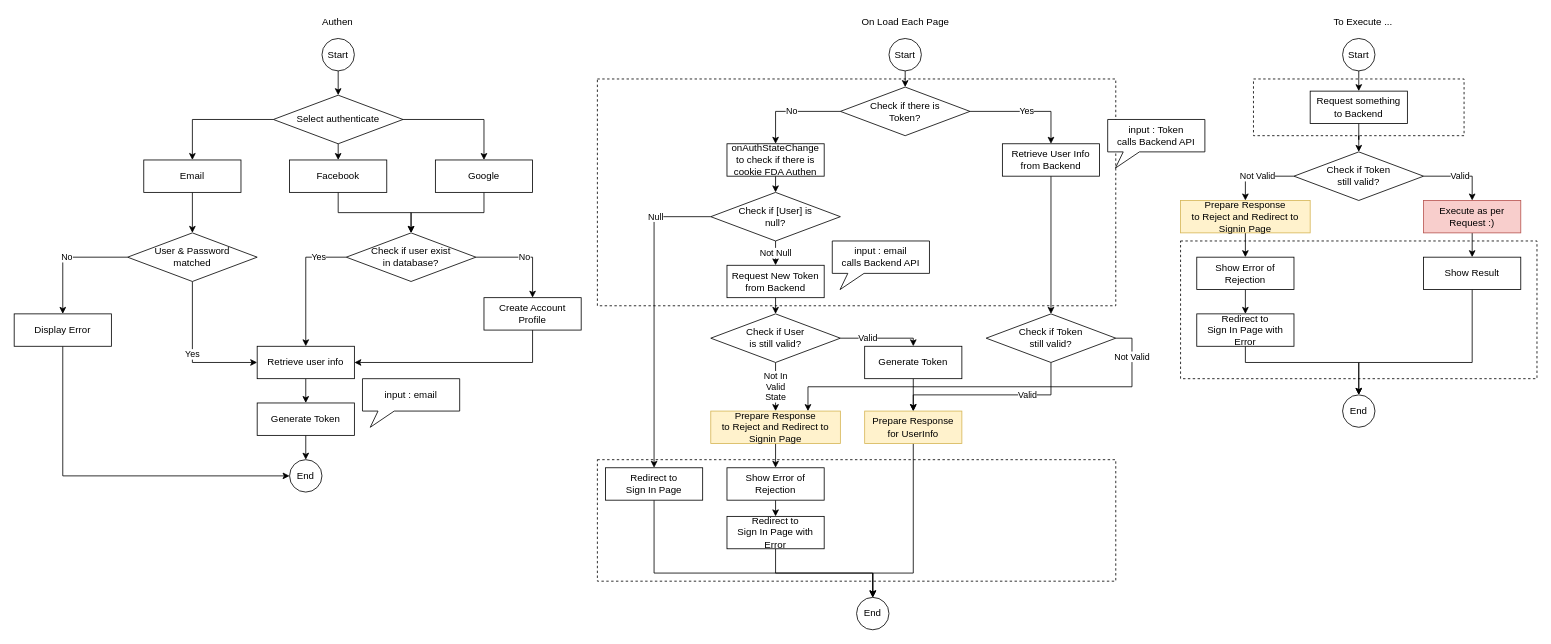
clazclaz/demo_git keeps this draw.io diagram as page "Flow" (5 of 5) of Untitled Diagram.drawio. Above is the earlier version. Source tidied: cells renumbered, new cells numbered last; positions are measured from the earlier drawing's top-left corner, leaving out a move shared by most shapes. Both pictures are drawn from the tidied source at 81%, with x=0, y=0 at pixel (14, 14).
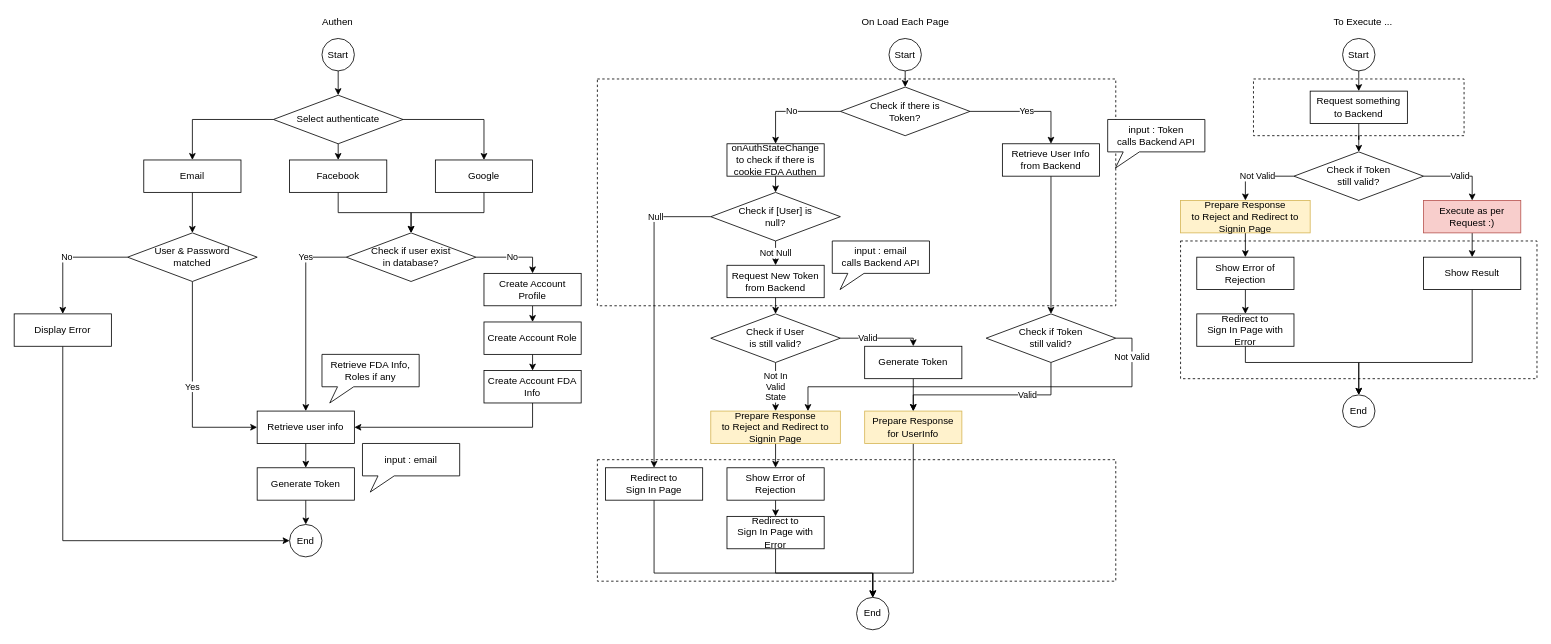
Above is the later version.

Unchanged cells that the change refers to:
```xml
<mxCell id="31" value="Display Error" style="rounded=0;whiteSpace=wrap;html=1;" parent="1" vertex="1">
  <mxGeometry y="370" width="120" height="40" as="geometry" />
</mxCell>
```

Diff of the diagram source:
```diff
@@
-    <mxCell id="21" style="edgeStyle=orthogonalEdgeStyle;rounded=0;jettySize=auto;html=1;exitX=0.5;exitY=1;exitDx=0;exitDy=0;entryX=1;entryY=0.5;entryDx=0;entryDy=0;" parent="1" edge="1" source="22" target="25">
+    <mxCell id="21" style="edgeStyle=orthogonalEdgeStyle;rounded=0;jettySize=auto;html=1;exitX=0.5;exitY=1;exitDx=0;exitDy=0;entryX=1;entryY=0.5;entryDx=0;entryDy=0;startArrow=none;" parent="1" edge="1" source="93" target="25">
       <mxGeometry relative="1" as="geometry" />
     </mxCell>
+    <mxCell id="90" style="edgeStyle=orthogonalEdgeStyle;rounded=0;jettySize=auto;html=1;exitX=0.5;exitY=1;exitDx=0;exitDy=0;entryX=0.5;entryY=0;entryDx=0;entryDy=0;" parent="1" edge="1" source="22" target="92">
+      <mxGeometry relative="1" as="geometry" />
+    </mxCell>
     <mxCell id="22" value="Create Account Profile" style="rounded=0;whiteSpace=wrap;html=1;" parent="1" vertex="1">
-      <mxGeometry x="580" y="350" width="120" height="40" as="geometry" />
+      <mxGeometry x="580" y="320" width="120" height="40" as="geometry" />
     </mxCell>
@@
     <mxCell id="25" value="Retrieve user info" style="rounded=0;whiteSpace=wrap;html=1;" parent="1" vertex="1">
-      <mxGeometry x="300" y="410" width="120" height="40" as="geometry" />
+      <mxGeometry x="300" y="490" width="120" height="40" as="geometry" />
     </mxCell>
     <mxCell id="26" value="End" style="ellipse;whiteSpace=wrap;html=1;" parent="1" vertex="1">
-      <mxGeometry x="340" y="550" width="40" height="40" as="geometry" />
+      <mxGeometry x="340" y="630" width="40" height="40" as="geometry" />
     </mxCell>
@@
     <mxCell id="30" style="edgeStyle=orthogonalEdgeStyle;rounded=0;jettySize=auto;html=1;exitX=0.5;exitY=1;exitDx=0;exitDy=0;entryX=0;entryY=0.5;entryDx=0;entryDy=0;" parent="1" edge="1" source="31" target="26">
       <mxGeometry relative="1" as="geometry">
         <Array as="points">
-          <mxPoint x="60" y="570" />
+          <mxPoint x="60" y="650" />
         </Array>
       </mxGeometry>
     </mxCell>
@@
     <mxCell id="32" value="Generate Token" style="rounded=0;whiteSpace=wrap;html=1;" parent="1" vertex="1">
-      <mxGeometry x="300" y="480" width="120" height="40" as="geometry" />
+      <mxGeometry x="300" y="560" width="120" height="40" as="geometry" />
     </mxCell>
@@
     <mxCell id="50" value="input : email" style="shape=callout;whiteSpace=wrap;html=1;perimeter=calloutPerimeter;position2=0.08;size=20;position=0.16;" parent="1" vertex="1">
-      <mxGeometry x="430" y="450" width="120" height="60" as="geometry" />
+      <mxGeometry x="430" y="530" width="120" height="60" as="geometry" />
     </mxCell>
@@
+    <mxCell id="91" style="edgeStyle=orthogonalEdgeStyle;rounded=0;jettySize=auto;html=1;exitX=0.5;exitY=1;exitDx=0;exitDy=0;entryX=0.5;entryY=0;entryDx=0;entryDy=0;" parent="1" edge="1" source="92" target="93">
+      <mxGeometry relative="1" as="geometry" />
+    </mxCell>
+    <mxCell id="92" value="Create Account Role" style="rounded=0;whiteSpace=wrap;html=1;" parent="1" vertex="1">
+      <mxGeometry x="580" y="380" width="120" height="40" as="geometry" />
+    </mxCell>
+    <mxCell id="93" value="Create Account FDA&lt;br&gt;Info" style="rounded=0;whiteSpace=wrap;html=1;" parent="1" vertex="1">
+      <mxGeometry x="580" y="440" width="120" height="40" as="geometry" />
+    </mxCell>
+    <mxCell id="94" value="Retrieve FDA Info, Roles if any" style="shape=callout;whiteSpace=wrap;html=1;perimeter=calloutPerimeter;position2=0.08;size=20;position=0.16;" parent="1" vertex="1">
+      <mxGeometry x="380" y="420" width="120" height="60" as="geometry" />
+    </mxCell>
```
